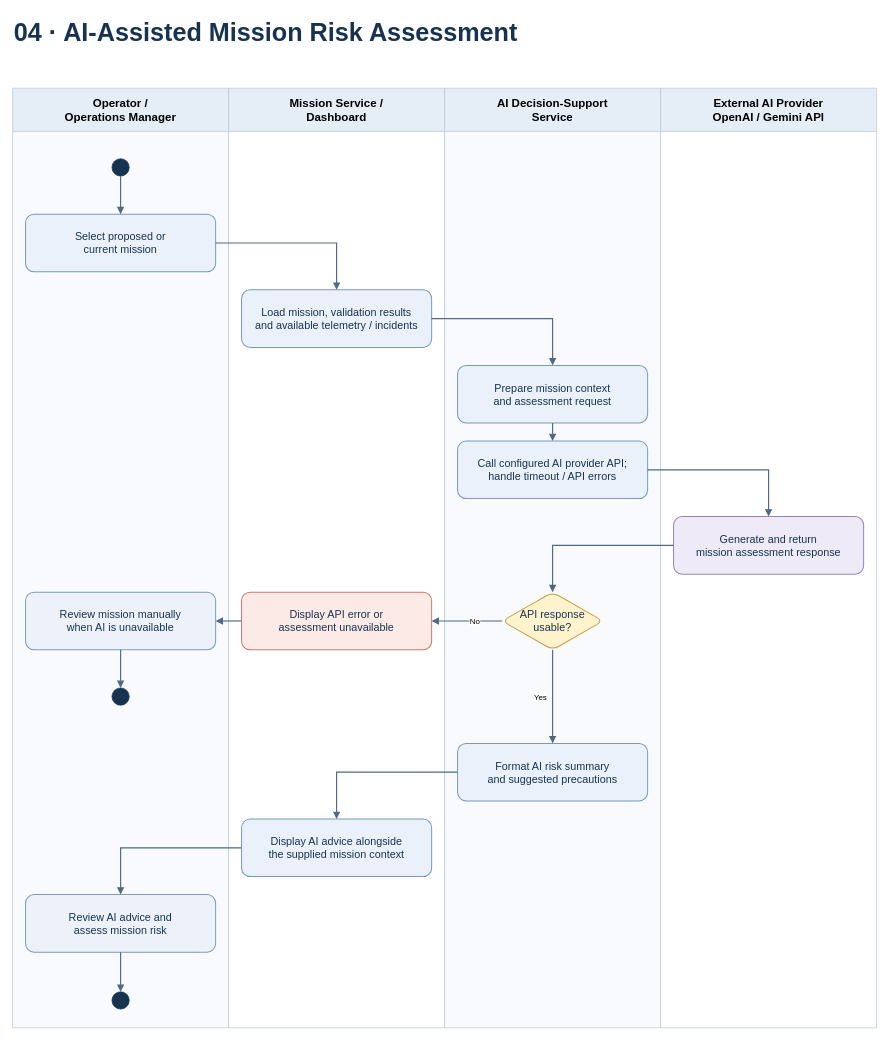
The draw.io diagram page "02 · AI-Assisted Mission Risk Assessment" (2 of 4) of docs/diagrams/Swimlane Diagram/DroneOps Intelligence Swimlane Diagrams.drawio in alexLe2802/DroneOps-Intelligence-, before the edit. Source tidied: cells renumbered, new cells numbered last; positions are measured from the earlier drawing's top-left corner, leaving out a move shared by most shapes. Both pictures are drawn from the tidied source at 72%, with x=0, y=0 at pixel (12, 12).
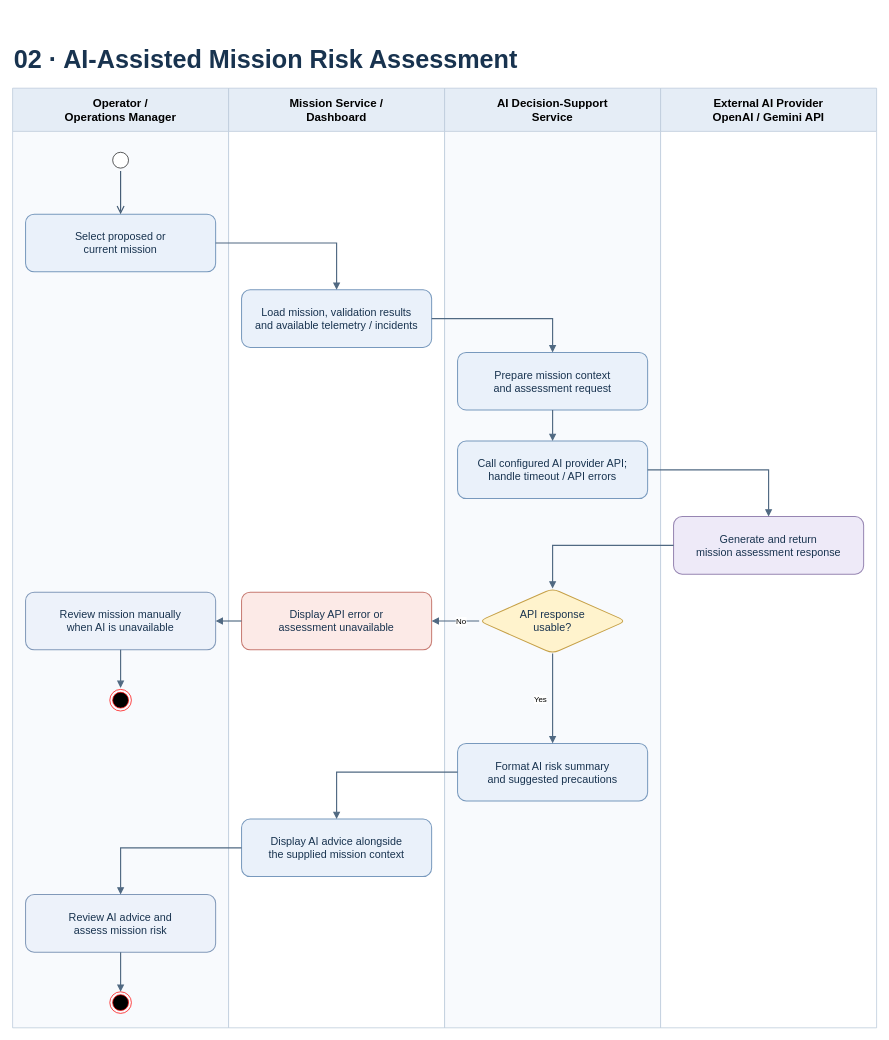
Above is the later version.

Unchanged cells that the change refers to:
```xml
<mxCell id="3" value="Operator /&#10;Operations Manager" style="swimlane;html=0;startSize=60;horizontal=1;whiteSpace=wrap;fontSize=16;fontStyle=1;fillColor=#E5EDF6;swimlaneFillColor=#F8FAFD;strokeColor=#B8C7D9;" parent="1" vertex="1">
  <mxGeometry y="105" width="300" height="1305" as="geometry" />
</mxCell>
<mxCell id="5" value="Select proposed or&#10;current mission" style="rounded=1;whiteSpace=wrap;html=0;fontSize=15;fontColor=#18334F;spacing=8;fillColor=#EAF1FA;strokeColor=#7899BD;strokeWidth=1.4;" parent="3" vertex="1">
  <mxGeometry x="18" y="175" width="264" height="80" as="geometry" />
</mxCell>
<mxCell id="6" value="Review mission manually&#10;when AI is unavailable" style="rounded=1;whiteSpace=wrap;html=0;fontSize=15;fontColor=#18334F;spacing=8;fillColor=#EDF2FA;strokeColor=#8199B9;strokeWidth=1.4;" parent="3" vertex="1">
  <mxGeometry x="18" y="700" width="264" height="80" as="geometry" />
</mxCell>
<mxCell id="8" value="Review AI advice and&#10;assess mission risk" style="rounded=1;whiteSpace=wrap;html=0;fontSize=15;fontColor=#18334F;spacing=8;fillColor=#EDF2FA;strokeColor=#8199B9;strokeWidth=1.4;" parent="3" vertex="1">
  <mxGeometry x="18" y="1120" width="264" height="80" as="geometry" />
</mxCell>
<mxCell id="11" value="Load mission, validation results&#10;and available telemetry / incidents" style="rounded=1;whiteSpace=wrap;html=0;fontSize=15;fontColor=#18334F;spacing=8;fillColor=#EAF1FA;strokeColor=#7899BD;strokeWidth=1.4;" parent="10" vertex="1">
  <mxGeometry x="18" y="280" width="264" height="80" as="geometry" />
</mxCell>
<mxCell id="14" value="AI Decision-Support&#10;Service" style="swimlane;html=0;startSize=60;horizontal=1;whiteSpace=wrap;fontSize=16;fontStyle=1;fillColor=#E5EDF6;swimlaneFillColor=#F8FAFD;strokeColor=#B8C7D9;" parent="1" vertex="1">
  <mxGeometry x="600" y="105" width="300" height="1305" as="geometry" />
</mxCell>
```

What changed in the source:
```diff
@@
-    <mxCell id="2" value="04 · AI-Assisted Mission Risk Assessment" style="text;html=0;fontSize=35;fontStyle=1;fontColor=#18334F;align=left;whiteSpace=wrap;" parent="1" vertex="1">
-      <mxGeometry width="1200" height="70" as="geometry" />
+    <mxCell id="2" value="02 · AI-Assisted Mission Risk Assessment" style="text;html=0;fontSize=35;fontStyle=1;fontColor=#18334F;align=left;whiteSpace=wrap;" parent="1" vertex="1">
+      <mxGeometry y="37" width="1200" height="53" as="geometry" />
     </mxCell>
@@
-    <mxCell id="4" style="ellipse;fillColor=#18334F;strokeColor=#18334F;" parent="3" vertex="1">
-      <mxGeometry x="138" y="98" width="24" height="24" as="geometry" />
-    </mxCell>
@@
-    <mxCell id="7" style="shape=doubleEllipse;fillColor=#18334F;strokeColor=#18334F;" parent="3" vertex="1">
-      <mxGeometry x="138" y="833" width="24" height="24" as="geometry" />
-    </mxCell>
@@
-    <mxCell id="9" style="shape=doubleEllipse;fillColor=#18334F;strokeColor=#18334F;" parent="3" vertex="1">
-      <mxGeometry x="138" y="1255" width="24" height="24" as="geometry" />
-    </mxCell>
+    <mxCell id="36" style="ellipse;html=1;shape=endState;fillColor=#000000;strokeColor=#ff0000;" parent="3" vertex="1">
+      <mxGeometry x="135" y="1255" width="30" height="30" as="geometry" />
+    </mxCell>
+    <mxCell id="37" style="ellipse;html=1;shape=endState;fillColor=#000000;strokeColor=#ff0000;" parent="3" vertex="1">
+      <mxGeometry x="135" y="835" width="30" height="30" as="geometry" />
+    </mxCell>
+    <mxCell id="38" style="ellipse;html=1;shape=startState;fillColor=#FFFFFF;strokeColor=#1B1D1E;" parent="3" vertex="1">
+      <mxGeometry x="135" y="85" width="30" height="30" as="geometry" />
+    </mxCell>
+    <mxCell id="39" style="edgeStyle=orthogonalEdgeStyle;html=1;verticalAlign=bottom;endArrow=open;endSize=8;strokeColor=#425A73;rounded=0;fontFamily=Helvetica;fontSize=12;fontColor=#000000;labelBackgroundColor=#FFFFFF;strokeWidth=1.6;" parent="3" edge="1" source="38">
+      <mxGeometry relative="1" as="geometry">
+        <mxPoint x="150" y="175" as="targetPoint" />
+      </mxGeometry>
+    </mxCell>
@@
     <mxCell id="15" value="Prepare mission context&#10;and assessment request" style="rounded=1;whiteSpace=wrap;html=0;fontSize=15;fontColor=#18334F;spacing=8;fillColor=#EAF1FA;strokeColor=#7899BD;strokeWidth=1.4;" parent="14" vertex="1">
-      <mxGeometry x="18" y="385" width="264" height="80" as="geometry" />
+      <mxGeometry x="18" y="367" width="264" height="80" as="geometry" />
     </mxCell>
@@
     <mxCell id="17" value="API response&#10;usable?" style="rhombus;rounded=1;whiteSpace=wrap;html=0;fontSize=15;fontColor=#18334F;spacing=8;fillColor=#FFF3CD;strokeColor=#C6A047;strokeWidth=1.4;" parent="14" vertex="1">
-      <mxGeometry x="80" y="700" width="140" height="80" as="geometry" />
+      <mxGeometry x="48" y="695" width="204" height="90" as="geometry" />
     </mxCell>
@@
-    <mxCell id="21" style="edgeStyle=none;rounded=0;html=0;endArrow=block;endFill=1;strokeColor=#506982;strokeWidth=1.6;exitX=0.5;exitY=1.0;entryX=0.5;entryY=0.0;exitPerimeter=0;entryPerimeter=0;" parent="1" edge="1" source="4" target="5">
-      <mxGeometry relative="1" as="geometry" />
-    </mxCell>
@@
-    <mxCell id="23" style="edgeStyle=none;rounded=0;html=0;endArrow=block;endFill=1;strokeColor=#506982;strokeWidth=1.6;exitX=1;exitY=0.5;entryX=0.5;entryY=0.0;entryPerimeter=0;exitDx=0;exitDy=0;" parent="1" edge="1" source="11" target="15">
+    <mxCell id="23" style="edgeStyle=none;rounded=0;html=0;endArrow=block;endFill=1;strokeColor=#506982;strokeWidth=1.6;exitX=1;exitY=0.5;exitDx=0;exitDy=0;entryX=0.5;entryY=0;entryDx=0;entryDy=0;" parent="1" edge="1" source="11" target="15">
       <mxGeometry relative="1" as="geometry">
         <Array as="points">
           <mxPoint x="750" y="425" />
-          <mxPoint x="750" y="477.5" />
         </Array>
       </mxGeometry>
     </mxCell>
@@
-    <mxCell id="30" style="edgeStyle=none;rounded=0;html=0;endArrow=block;endFill=1;strokeColor=#506982;strokeWidth=1.6;exitX=0.5;exitY=1.0;entryX=0.5;entryY=0.0;exitPerimeter=0;entryPerimeter=0;" parent="1" edge="1" source="6" target="7">
-      <mxGeometry relative="1" as="geometry" />
+    <mxCell id="30" style="edgeStyle=none;rounded=0;html=0;endArrow=block;endFill=1;strokeColor=#506982;strokeWidth=1.6;exitX=0.5;exitY=1.0;entryX=0.5;entryY=0.0;exitPerimeter=0;entryPerimeter=0;" parent="1" edge="1" source="6">
+      <mxGeometry relative="1" as="geometry">
+        <mxPoint x="150" y="938" as="targetPoint" />
+      </mxGeometry>
     </mxCell>
@@
-    <mxCell id="35" style="edgeStyle=none;rounded=0;html=0;endArrow=block;endFill=1;strokeColor=#506982;strokeWidth=1.6;exitX=0.5;exitY=1.0;entryX=0.5;entryY=0.0;exitPerimeter=0;entryPerimeter=0;" parent="1" edge="1" source="8" target="9">
-      <mxGeometry relative="1" as="geometry" />
+    <mxCell id="35" style="edgeStyle=none;rounded=0;html=0;endArrow=block;endFill=1;strokeColor=#506982;strokeWidth=1.6;exitX=0.5;exitY=1.0;entryX=0.5;entryY=0.0;exitPerimeter=0;entryPerimeter=0;" parent="1" edge="1" source="8">
+      <mxGeometry relative="1" as="geometry">
+        <mxPoint x="150" y="1360" as="targetPoint" />
+      </mxGeometry>
     </mxCell>
```
